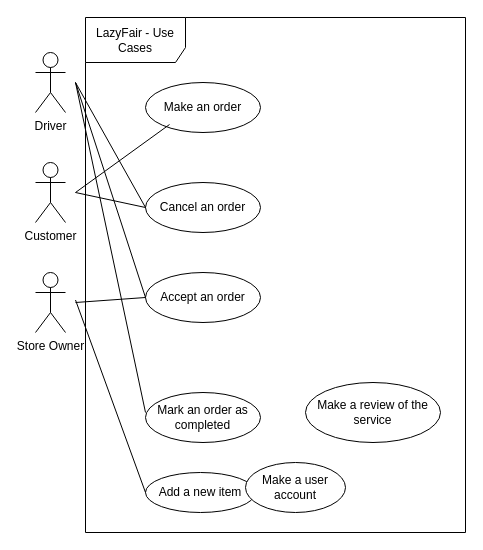
Above: Workshop 1 Use Case Diagram.drawio in antonykimuom/SWEN30006-2025-SM1-workshop1-tuew05-14-00-team-12 (draw.io), before the change. Source tidied: cells renumbered, new cells numbered last; positions are measured from the earlier drawing's top-left corner, leaving out a move shared by most shapes. Both pictures are drawn from the tidied source at 100%, with x=0, y=0 at pixel (35, 17).
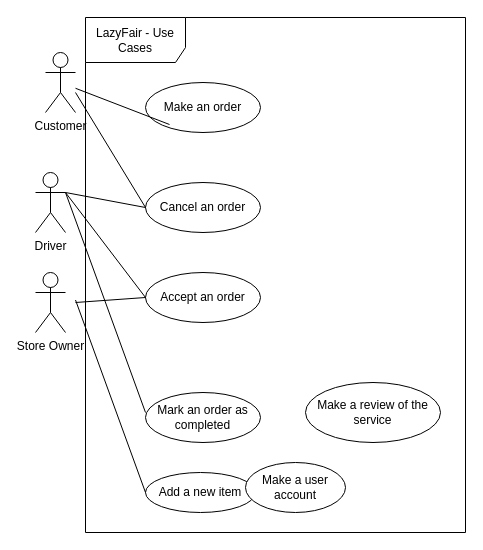
Above is the later version.

Commit message:
moved customer and driver

Unchanged cells that the change refers to:
```xml
<mxCell id="3" value="Make an order" style="ellipse;whiteSpace=wrap;html=1;" parent="1" vertex="1">
  <mxGeometry x="110" y="65" width="115" height="50" as="geometry" />
</mxCell>
<mxCell id="5" value="Cancel an order" style="ellipse;whiteSpace=wrap;html=1;" parent="1" vertex="1">
  <mxGeometry x="110" y="165" width="115" height="50" as="geometry" />
</mxCell>
<mxCell id="7" value="Accept an order" style="ellipse;whiteSpace=wrap;html=1;" parent="1" vertex="1">
  <mxGeometry x="110" y="255" width="115" height="50" as="geometry" />
</mxCell>
```

Diff of the diagram source:
```diff
@@
     <mxCell id="6" value="Driver" style="shape=umlActor;verticalLabelPosition=bottom;verticalAlign=top;html=1;outlineConnect=0;" parent="1" vertex="1">
-      <mxGeometry y="35" width="30" height="60" as="geometry" />
+      <mxGeometry y="155" width="30" height="60" as="geometry" />
     </mxCell>
@@
     <mxCell id="10" value="Customer" style="shape=umlActor;verticalLabelPosition=bottom;verticalAlign=top;html=1;outlineConnect=0;" parent="1" vertex="1">
-      <mxGeometry y="145" width="30" height="60" as="geometry" />
+      <mxGeometry x="10" y="35" width="30" height="60" as="geometry" />
     </mxCell>
@@
-    <mxCell id="12" style="endArrow=none;html=1;rounded=0;entryX=0.209;entryY=0.84;entryDx=0;entryDy=0;entryPerimeter=0;" parent="1" edge="1" target="3">
-      <mxGeometry relative="1" as="geometry">
-        <mxPoint x="40" y="175" as="sourcePoint" />
-      </mxGeometry>
+    <mxCell id="12" style="endArrow=none;html=1;rounded=0;entryX=0.209;entryY=0.84;entryDx=0;entryDy=0;entryPerimeter=0;" parent="1" edge="1" source="10" target="3">
+      <mxGeometry relative="1" as="geometry" />
     </mxCell>
@@
     <mxCell id="14" style="endArrow=none;html=1;rounded=0;entryX=0;entryY=0.5;entryDx=0;entryDy=0;" parent="1" edge="1" target="5">
       <mxGeometry relative="1" as="geometry">
-        <mxPoint x="40" y="175" as="sourcePoint" />
+        <mxPoint x="40" y="75" as="sourcePoint" />
       </mxGeometry>
     </mxCell>
     <mxCell id="15" style="endArrow=none;html=1;rounded=0;exitX=0;exitY=0.5;exitDx=0;exitDy=0;" parent="1" edge="1" source="5">
       <mxGeometry relative="1" as="geometry">
-        <mxPoint x="40" y="65" as="targetPoint" />
+        <mxPoint x="30" y="175" as="targetPoint" />
       </mxGeometry>
     </mxCell>
-    <mxCell id="16" style="endArrow=none;html=1;rounded=0;entryX=0;entryY=0.5;entryDx=0;entryDy=0;" parent="1" edge="1" target="7">
-      <mxGeometry relative="1" as="geometry">
-        <mxPoint x="40" y="65" as="sourcePoint" />
-      </mxGeometry>
+    <mxCell id="16" style="endArrow=none;html=1;rounded=0;entryX=0;entryY=0.5;entryDx=0;entryDy=0;exitX=1;exitY=0.3333333333333333;exitDx=0;exitDy=0;exitPerimeter=0;" parent="1" edge="1" source="6" target="7">
+      <mxGeometry relative="1" as="geometry" />
     </mxCell>
@@
-    <mxCell id="18" style="endArrow=none;html=1;rounded=0;" parent="1" edge="1">
+    <mxCell id="18" style="endArrow=none;html=1;rounded=0;exitX=1;exitY=0.3333333333333333;exitDx=0;exitDy=0;exitPerimeter=0;" parent="1" edge="1" source="6">
       <mxGeometry relative="1" as="geometry">
-        <mxPoint x="40" y="65" as="sourcePoint" />
         <mxPoint x="110" y="395" as="targetPoint" />
       </mxGeometry>
     </mxCell>
```
